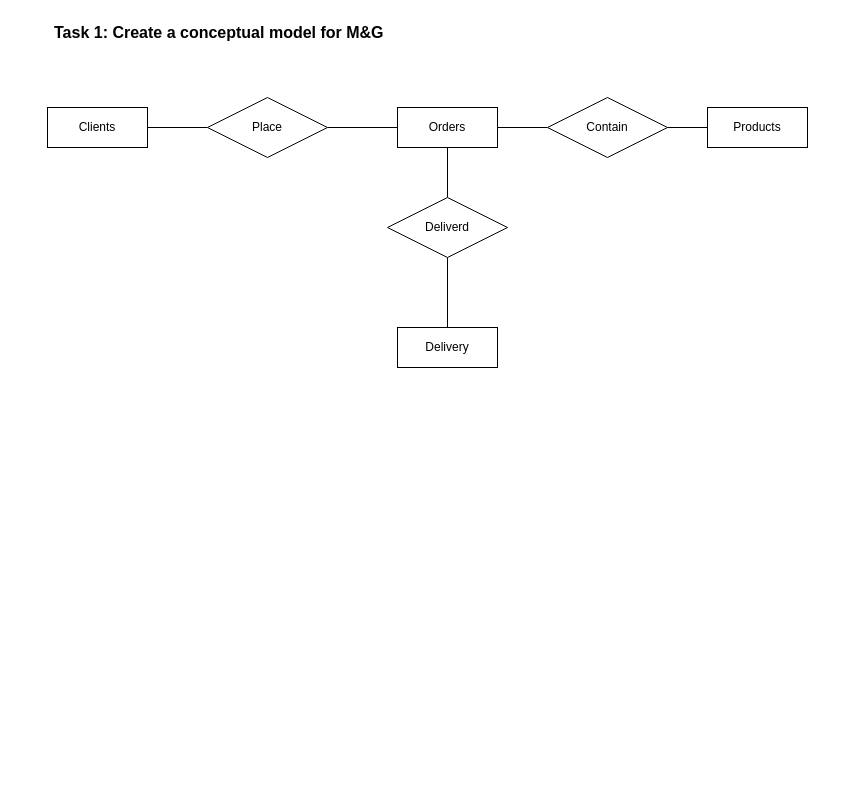
The draw.io diagram page "Conceptual diagram for M&G database" (1 of 2) of Untitled Diagram.drawio in eddahbarasa/AdvancedDataModeling, before the edit. Source tidied: cells renumbered, new cells numbered last; positions are measured from the earlier drawing's top-left corner, leaving out a move shared by most shapes. Both pictures are drawn from the tidied source at 100%, with x=0, y=0 at pixel (47, 17).
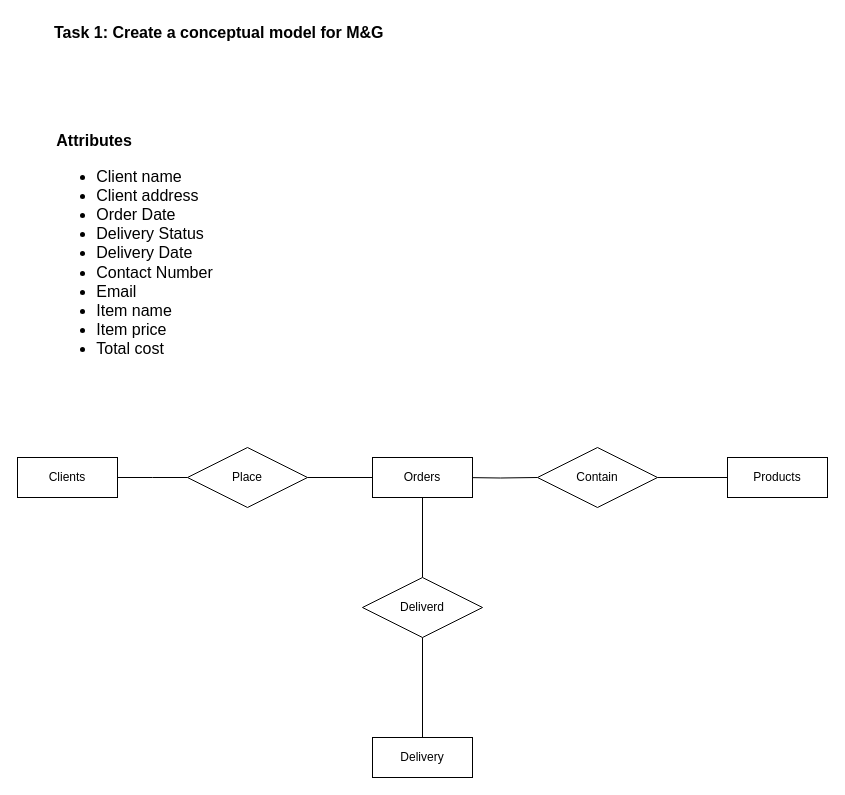
The same diagram, later.

The edit, as a diff of the source:
```diff
@@
 <mxGraphModel>
   <root>
     <mxCell id="0" />
     <mxCell id="1" parent="0" />
-    <mxCell id="2" style="edgeStyle=orthogonalEdgeStyle;rounded=0;jettySize=auto;html=1;endArrow=none;endFill=0;" parent="1" edge="1" source="3" target="5">
-      <mxGeometry relative="1" as="geometry" />
-    </mxCell>
-    <mxCell id="3" value="Clients" style="whiteSpace=wrap;html=1;align=center;" parent="1" vertex="1">
-      <mxGeometry y="90" width="100" height="40" as="geometry" />
-    </mxCell>
     <mxCell id="4" style="edgeStyle=orthogonalEdgeStyle;rounded=0;jettySize=auto;html=1;endArrow=none;endFill=0;" parent="1" edge="1" source="5" target="8">
       <mxGeometry relative="1" as="geometry" />
     </mxCell>
     <mxCell id="5" value="Place" style="shape=rhombus;perimeter=rhombusPerimeter;whiteSpace=wrap;html=1;align=center;" parent="1" vertex="1">
-      <mxGeometry x="160" y="80" width="120" height="60" as="geometry" />
+      <mxGeometry x="140" y="430" width="120" height="60" as="geometry" />
     </mxCell>
     <mxCell id="6" style="edgeStyle=orthogonalEdgeStyle;rounded=0;jettySize=auto;html=1;endArrow=none;endFill=0;" parent="1" edge="1" source="8" target="13">
       <mxGeometry relative="1" as="geometry" />
     </mxCell>
-    <mxCell id="7" style="edgeStyle=orthogonalEdgeStyle;rounded=0;jettySize=auto;html=1;endArrow=none;endFill=0;" parent="1" edge="1" source="8" target="10">
-      <mxGeometry relative="1" as="geometry" />
+    <mxCell id="7" style="edgeStyle=orthogonalEdgeStyle;rounded=0;jettySize=auto;html=1;endArrow=none;endFill=0;" parent="1" edge="1" target="10">
+      <mxGeometry relative="1" as="geometry">
+        <mxPoint x="415" y="460" as="sourcePoint" />
+      </mxGeometry>
     </mxCell>
     <mxCell id="8" value="Orders" style="whiteSpace=wrap;html=1;align=center;" parent="1" vertex="1">
-      <mxGeometry x="350" y="90" width="100" height="40" as="geometry" />
+      <mxGeometry x="325" y="440" width="100" height="40" as="geometry" />
     </mxCell>
     <mxCell id="9" style="edgeStyle=orthogonalEdgeStyle;rounded=0;jettySize=auto;html=1;endArrow=none;endFill=0;" parent="1" edge="1" source="10" target="11">
       <mxGeometry relative="1" as="geometry" />
     </mxCell>
     <mxCell id="10" value="Contain" style="shape=rhombus;perimeter=rhombusPerimeter;whiteSpace=wrap;html=1;align=center;" parent="1" vertex="1">
-      <mxGeometry x="500" y="80" width="120" height="60" as="geometry" />
+      <mxGeometry x="490" y="430" width="120" height="60" as="geometry" />
     </mxCell>
     <mxCell id="11" value="Products" style="whiteSpace=wrap;html=1;align=center;" parent="1" vertex="1">
-      <mxGeometry x="660" y="90" width="100" height="40" as="geometry" />
+      <mxGeometry x="680" y="440" width="100" height="40" as="geometry" />
     </mxCell>
     <mxCell id="12" style="edgeStyle=orthogonalEdgeStyle;rounded=0;jettySize=auto;html=1;endArrow=none;endFill=0;" parent="1" edge="1" source="13" target="14">
       <mxGeometry relative="1" as="geometry" />
     </mxCell>
     <mxCell id="13" value="Deliverd" style="shape=rhombus;perimeter=rhombusPerimeter;whiteSpace=wrap;html=1;align=center;" parent="1" vertex="1">
-      <mxGeometry x="340" y="180" width="120" height="60" as="geometry" />
+      <mxGeometry x="315" y="560" width="120" height="60" as="geometry" />
     </mxCell>
     <mxCell id="14" value="Delivery" style="whiteSpace=wrap;html=1;align=center;" parent="1" vertex="1">
-      <mxGeometry x="350" y="310" width="100" height="40" as="geometry" />
+      <mxGeometry x="325" y="720" width="100" height="40" as="geometry" />
     </mxCell>
     <mxCell id="15" value="&lt;font style=&quot;font-size: 16px;&quot;&gt;&lt;b style=&quot;background-color: initial;&quot;&gt;&lt;span lang=&quot;EN-GB&quot;&gt;Task 1: Create a conceptual model for M&amp;amp;G&lt;/span&gt;&lt;/b&gt;&lt;br&gt;&lt;/font&gt;" style="text;html=1;strokeColor=none;fillColor=none;align=left;verticalAlign=middle;whiteSpace=wrap;rounded=0;" parent="1" vertex="1">
       <mxGeometry x="5" width="380" height="30" as="geometry" />
     </mxCell>
+    <mxCell id="16" value="&lt;span style=&quot;background-color: initial;&quot;&gt;&lt;br&gt;&lt;br&gt;&lt;br&gt;&lt;br&gt;&lt;div style=&quot;text-align: left;&quot;&gt;&lt;span style=&quot;background-color: initial;&quot;&gt;&lt;b&gt;Attributes&lt;/b&gt;&lt;/span&gt;&lt;br&gt;&lt;ul&gt;&lt;li&gt;&lt;span style=&quot;background-color: initial; text-indent: -18pt;&quot;&gt;Client name&lt;/span&gt;&lt;/li&gt;&lt;li&gt;&lt;span style=&quot;background-color: initial; text-indent: -18pt;&quot;&gt;Client address&lt;/span&gt;&lt;/li&gt;&lt;li&gt;&lt;span style=&quot;background-color: initial; text-indent: -18pt;&quot;&gt;Order Date&lt;/span&gt;&lt;/li&gt;&lt;li&gt;&lt;span style=&quot;background-color: initial; text-indent: -18pt;&quot;&gt;Delivery Status&lt;/span&gt;&lt;/li&gt;&lt;li&gt;&lt;span style=&quot;background-color: initial; text-indent: -18pt;&quot;&gt;Delivery Date&lt;/span&gt;&lt;/li&gt;&lt;li&gt;&lt;span style=&quot;background-color: initial; text-indent: -18pt;&quot;&gt;Contact Number&lt;/span&gt;&lt;/li&gt;&lt;li&gt;&lt;span style=&quot;background-color: initial; text-indent: -18pt;&quot;&gt;Email&lt;/span&gt;&lt;/li&gt;&lt;li&gt;&lt;span style=&quot;background-color: initial; text-indent: -18pt;&quot;&gt;Item name&lt;/span&gt;&lt;/li&gt;&lt;li&gt;&lt;span style=&quot;background-color: initial; text-indent: -18pt;&quot;&gt;Item price&lt;/span&gt;&lt;/li&gt;&lt;li&gt;&lt;span style=&quot;background-color: initial; text-indent: -18pt;&quot;&gt;Total cost&lt;/span&gt;&lt;/li&gt;&lt;/ul&gt;&lt;/div&gt;&lt;/span&gt;&lt;div style=&quot;text-align: left;&quot;&gt;&lt;br&gt;&lt;/div&gt;&lt;br&gt;&lt;br&gt;&lt;br&gt;&lt;br&gt;" style="text;html=1;strokeColor=none;fillColor=none;align=center;verticalAlign=middle;whiteSpace=wrap;rounded=0;fontSize=16;" parent="1" vertex="1">
+      <mxGeometry x="-20" y="110" width="215" height="270" as="geometry" />
+    </mxCell>
+    <mxCell id="3" value="Clients" style="whiteSpace=wrap;html=1;align=center;" parent="1" vertex="1">
+      <mxGeometry x="-30" y="440" width="100" height="40" as="geometry" />
+    </mxCell>
+    <mxCell id="17" style="edgeStyle=orthogonalEdgeStyle;rounded=0;jettySize=auto;html=1;endArrow=none;endFill=0;" parent="1" edge="1" source="3">
+      <mxGeometry relative="1" as="geometry">
+        <mxPoint x="140" y="460" as="targetPoint" />
+      </mxGeometry>
+    </mxCell>
   </root>
 </mxGraphModel>
```
